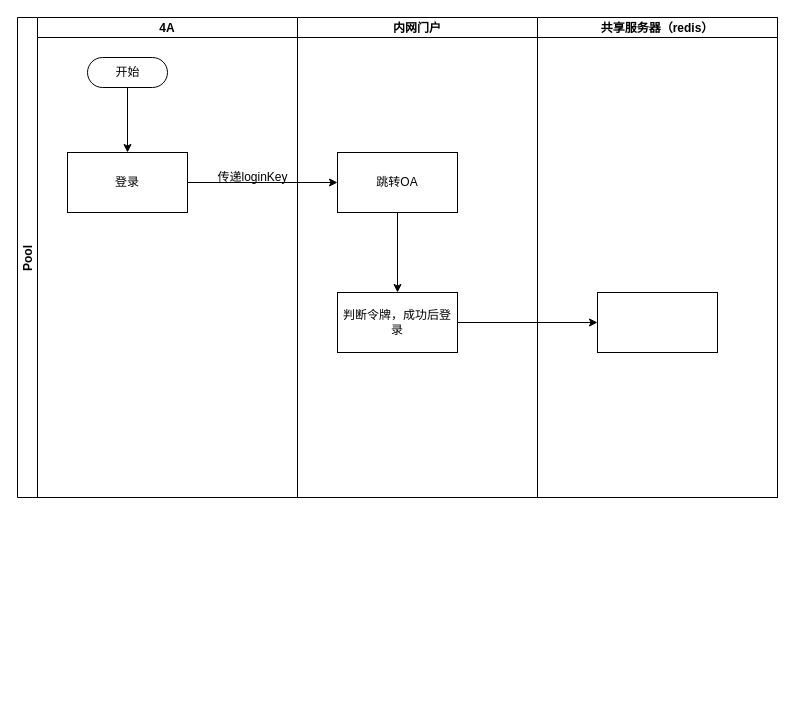
Earlier version of the draw.io diagram page "会话同步流程" (7 of 7) of 授权调整.drawio (158698706/tt4a). Source tidied: cells renumbered, new cells numbered last; positions are measured from the earlier drawing's top-left corner, leaving out a move shared by most shapes. Both pictures are drawn from the tidied source at 100%, with x=0, y=0 at pixel (17, 17).
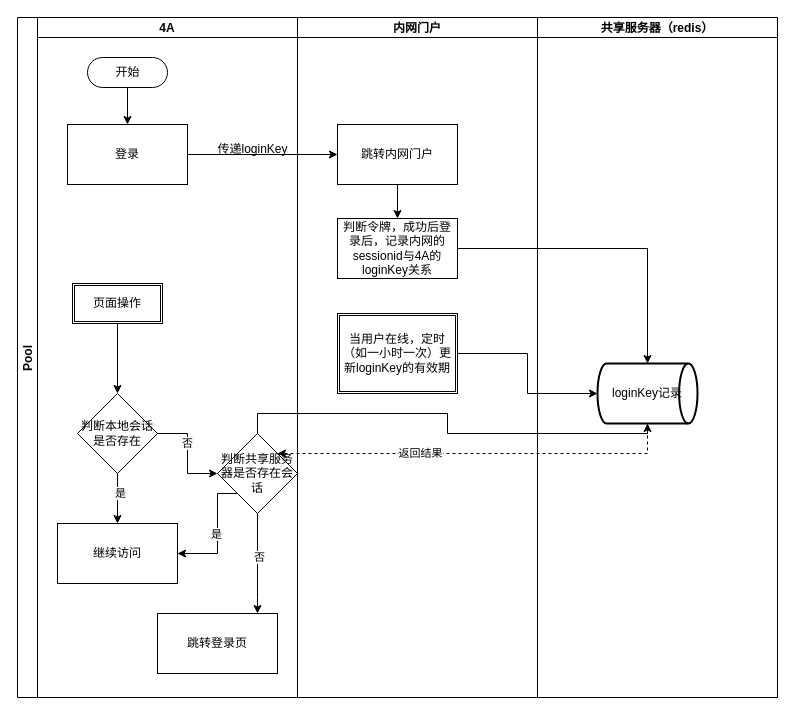
The same diagram, later.

Commit message:
更新授权调整.drawio

Diff of the diagram source:
```diff
@@
     <mxCell id="2" value="Pool" style="swimlane;startSize=20;horizontal=0;" parent="1" vertex="1">
-      <mxGeometry width="760" height="480" as="geometry" />
+      <mxGeometry width="760" height="680" as="geometry" />
     </mxCell>
     <mxCell id="3" value="4A" style="swimlane;startSize=20;" parent="2" vertex="1">
-      <mxGeometry x="20" width="260" height="480" as="geometry" />
+      <mxGeometry x="20" width="260" height="680" as="geometry" />
     </mxCell>
@@
     <mxCell id="5" value="传递loginKey" style="text;html=1;align=center;verticalAlign=middle;strokeColor=none;fillColor=none;" parent="3" vertex="1">
-      <mxGeometry x="170" y="150" width="90" height="20" as="geometry" />
+      <mxGeometry x="170" y="122" width="90" height="20" as="geometry" />
     </mxCell>
+    <mxCell id="16" value="页面操作" style="shape=ext;double=1;rounded=0;whiteSpace=wrap;html=1;" parent="3" vertex="1">
+      <mxGeometry x="35" y="266" width="90" height="40" as="geometry" />
+    </mxCell>
+    <mxCell id="17" value="判断本地会话是否存在" style="rhombus;whiteSpace=wrap;html=1;rounded=0;" parent="3" vertex="1">
+      <mxGeometry x="40" y="376" width="80" height="80" as="geometry" />
+    </mxCell>
+    <mxCell id="18" style="edgeStyle=orthogonalEdgeStyle;rounded=0;jettySize=auto;html=1;" parent="3" edge="1" source="16" target="17">
+      <mxGeometry relative="1" as="geometry" />
+    </mxCell>
+    <mxCell id="19" value="继续访问" style="whiteSpace=wrap;html=1;rounded=0;" parent="3" vertex="1">
+      <mxGeometry x="20" y="506" width="120" height="60" as="geometry" />
+    </mxCell>
+    <mxCell id="20" style="edgeStyle=orthogonalEdgeStyle;rounded=0;jettySize=auto;html=1;" parent="3" edge="1" source="17" target="19">
+      <mxGeometry relative="1" as="geometry" />
+    </mxCell>
+    <mxCell id="21" value="是" style="edgeLabel;html=1;align=center;verticalAlign=middle;" parent="20" vertex="1">
+      <mxGeometry x="-0.26" y="2" relative="1" as="geometry" />
+    </mxCell>
+    <mxCell id="22" style="edgeStyle=orthogonalEdgeStyle;rounded=0;jettySize=auto;html=1;" parent="3" edge="1" source="17" target="26">
+      <mxGeometry relative="1" as="geometry" />
+    </mxCell>
+    <mxCell id="23" value="否" style="edgeLabel;html=1;align=center;verticalAlign=middle;" parent="22" vertex="1">
+      <mxGeometry x="-0.23" y="-1" relative="1" as="geometry" />
+    </mxCell>
+    <mxCell id="24" style="edgeStyle=orthogonalEdgeStyle;rounded=0;jettySize=auto;html=1;entryX=1;entryY=0.5;entryDx=0;entryDy=0;exitX=0;exitY=1;exitDx=0;exitDy=0;" parent="3" edge="1" source="26" target="19">
+      <mxGeometry relative="1" as="geometry">
+        <Array as="points">
+          <mxPoint x="180" y="476" />
+          <mxPoint x="180" y="536" />
+        </Array>
+      </mxGeometry>
+    </mxCell>
+    <mxCell id="25" value="是" style="edgeLabel;html=1;align=center;verticalAlign=middle;" parent="24" vertex="1">
+      <mxGeometry y="-2" relative="1" as="geometry" />
+    </mxCell>
+    <mxCell id="26" value="判断共享服务器是否存在会话" style="rhombus;whiteSpace=wrap;html=1;rounded=0;" parent="3" vertex="1">
+      <mxGeometry x="180" y="416" width="80" height="80" as="geometry" />
+    </mxCell>
+    <mxCell id="27" value="跳转登录页" style="whiteSpace=wrap;html=1;rounded=0;" parent="3" vertex="1">
+      <mxGeometry x="120" y="596" width="120" height="60" as="geometry" />
+    </mxCell>
+    <mxCell id="28" style="edgeStyle=orthogonalEdgeStyle;rounded=0;jettySize=auto;html=1;" parent="3" edge="1" source="26" target="27">
+      <mxGeometry relative="1" as="geometry">
+        <Array as="points">
+          <mxPoint x="220" y="580" />
+          <mxPoint x="220" y="580" />
+        </Array>
+      </mxGeometry>
+    </mxCell>
+    <mxCell id="29" value="否" style="edgeLabel;html=1;align=center;verticalAlign=middle;" parent="28" vertex="1">
+      <mxGeometry x="-0.14" y="1" relative="1" as="geometry" />
+    </mxCell>
     <mxCell id="6" value="内网门户" style="swimlane;startSize=20;" parent="2" vertex="1">
-      <mxGeometry x="280" width="240" height="480" as="geometry" />
+      <mxGeometry x="280" width="240" height="680" as="geometry" />
     </mxCell>
-    <mxCell id="7" value="跳转OA" style="whiteSpace=wrap;html=1;dashed=0;" parent="6" vertex="1">
-      <mxGeometry x="40" y="135" width="120" height="60" as="geometry" />
+    <mxCell id="7" value="跳转内网门户" style="whiteSpace=wrap;html=1;dashed=0;" parent="6" vertex="1">
+      <mxGeometry x="40" y="107" width="120" height="60" as="geometry" />
     </mxCell>
+    <mxCell id="30" value="当用户在线，定时（如一小时一次）更新loginKey的有效期" style="shape=ext;double=1;rounded=0;whiteSpace=wrap;html=1;" parent="6" vertex="1">
+      <mxGeometry x="40" y="296" width="120" height="80" as="geometry" />
+    </mxCell>
     <mxCell id="8" value="共享服务器（redis）" style="swimlane;startSize=20;" parent="2" vertex="1">
-      <mxGeometry x="520" width="240" height="480" as="geometry" />
+      <mxGeometry x="520" width="240" height="680" as="geometry" />
     </mxCell>
-    <mxCell id="9" style="whiteSpace=wrap;html=1;dashed=0;" parent="8" vertex="1">
-      <mxGeometry x="60" y="275" width="120" height="60" as="geometry" />
-    </mxCell>
+    <mxCell id="31" value="loginKey记录" style="strokeWidth=2;html=1;shape=mxgraph.flowchart.direct_data;whiteSpace=wrap;" parent="8" vertex="1">
+      <mxGeometry x="60" y="346" width="100" height="60" as="geometry" />
+    </mxCell>
+    <mxCell id="32" style="edgeStyle=orthogonalEdgeStyle;rounded=0;jettySize=auto;html=1;" parent="2" edge="1" source="30" target="31">
+      <mxGeometry relative="1" as="geometry" />
+    </mxCell>
+    <mxCell id="33" style="edgeStyle=orthogonalEdgeStyle;rounded=0;jettySize=auto;html=1;entryX=0.5;entryY=1;entryDx=0;entryDy=0;entryPerimeter=0;exitX=0.5;exitY=0;exitDx=0;exitDy=0;" parent="2" edge="1" source="26" target="31">
+      <mxGeometry relative="1" as="geometry">
+        <Array as="points">
+          <mxPoint x="240" y="396" />
+          <mxPoint x="430" y="396" />
+          <mxPoint x="430" y="416" />
+          <mxPoint x="630" y="416" />
+        </Array>
+      </mxGeometry>
+    </mxCell>
+    <mxCell id="34" style="edgeStyle=orthogonalEdgeStyle;rounded=0;jettySize=auto;html=1;dashed=1;" parent="2" edge="1" source="31" target="26">
+      <mxGeometry relative="1" as="geometry">
+        <Array as="points">
+          <mxPoint x="630" y="436" />
+        </Array>
+      </mxGeometry>
+    </mxCell>
+    <mxCell id="35" value="返回结果" style="edgeLabel;html=1;align=center;verticalAlign=middle;" parent="34" vertex="1">
+      <mxGeometry x="0.29" y="-1" relative="1" as="geometry" />
+    </mxCell>
@@
     <mxCell id="11" value="登录" style="whiteSpace=wrap;html=1;dashed=0;" parent="1" vertex="1">
-      <mxGeometry x="50" y="135" width="120" height="60" as="geometry" />
+      <mxGeometry x="50" y="107" width="120" height="60" as="geometry" />
     </mxCell>
@@
-    <mxCell id="13" style="edgeStyle=orthogonalEdgeStyle;rounded=0;jettySize=auto;html=1;" parent="1" edge="1" source="14" target="9">
+    <mxCell id="13" style="edgeStyle=orthogonalEdgeStyle;rounded=0;jettySize=auto;html=1;" parent="1" edge="1" source="14" target="31">
       <mxGeometry relative="1" as="geometry" />
     </mxCell>
-    <mxCell id="14" value="判断令牌，成功后登录" style="whiteSpace=wrap;html=1;dashed=0;" parent="1" vertex="1">
-      <mxGeometry x="320" y="275" width="120" height="60" as="geometry" />
+    <mxCell id="14" value="判断令牌，成功后登录后，记录内网的sessionid与4A的loginKey关系" style="whiteSpace=wrap;html=1;dashed=0;" parent="1" vertex="1">
+      <mxGeometry x="320" y="201" width="120" height="60" as="geometry" />
     </mxCell>
```
